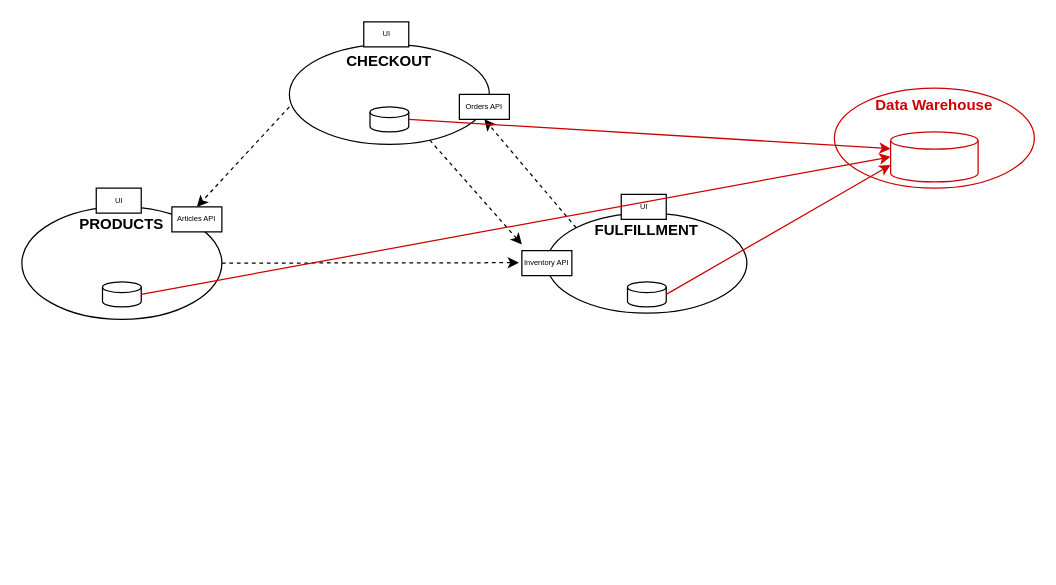
The draw.io diagram landscape.drawio in datamesh-architecture/datamesh-architecture.com, before the edit. Source tidied: cells renumbered, new cells numbered last; positions are measured from the earlier drawing's top-left corner, leaving out a move shared by most shapes. Both pictures are drawn from the tidied source at 125%, with x=0, y=0 at pixel (21, 21).
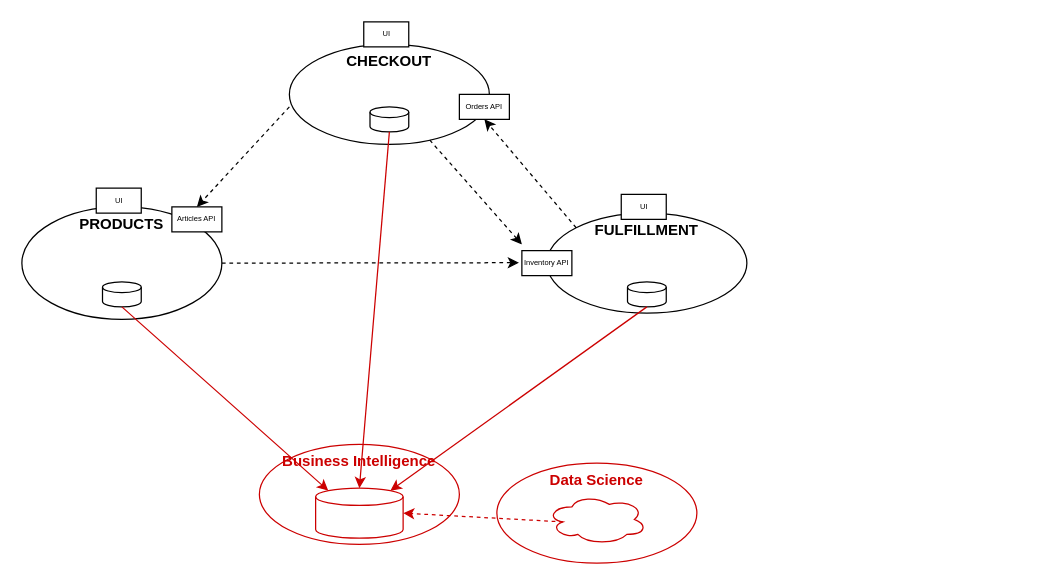
Above is the later version.

The change refers to these unchanged cells:
```xml
<mxCell id="8" style="shape=cylinder3;whiteSpace=wrap;html=1;boundedLbl=1;backgroundOutline=1;size=4.285714285714278;" parent="1" vertex="1">
  <mxGeometry x="278.5" y="68" width="31" height="20" as="geometry" />
</mxCell>
<mxCell id="9" style="shape=cylinder3;whiteSpace=wrap;html=1;boundedLbl=1;backgroundOutline=1;size=4.285714285714278;" parent="1" vertex="1">
  <mxGeometry x="64.5" y="208" width="31" height="20" as="geometry" />
</mxCell>
<mxCell id="10" style="shape=cylinder3;whiteSpace=wrap;html=1;boundedLbl=1;backgroundOutline=1;size=4.285714285714278;" parent="1" vertex="1">
  <mxGeometry x="484.5" y="208" width="31" height="20" as="geometry" />
</mxCell>
```

The edit, as a diff of the source:
```diff
@@
-    <mxCell id="18" value="Data Warehouse" style="ellipse;whiteSpace=wrap;html=1;fontStyle=1;verticalAlign=top;fontColor=#CC0000;strokeColor=#CC0000;" parent="1" vertex="1">
-      <mxGeometry x="650" y="53" width="160" height="80" as="geometry" />
+    <mxCell id="18" value="Business Intelligence" style="ellipse;whiteSpace=wrap;html=1;fontStyle=1;verticalAlign=top;fontColor=#CC0000;strokeColor=#CC0000;" parent="1" vertex="1">
+      <mxGeometry x="190" y="338" width="160" height="80" as="geometry" />
     </mxCell>
     <mxCell id="19" style="shape=cylinder3;whiteSpace=wrap;html=1;boundedLbl=1;backgroundOutline=1;size=6.931034482758662;strokeColor=#CC0000;" parent="1" vertex="1">
-      <mxGeometry x="695" y="88" width="70" height="40" as="geometry" />
+      <mxGeometry x="235" y="373" width="70" height="40" as="geometry" />
     </mxCell>
-    <mxCell id="20" style="endArrow=classic;html=1;rounded=0;fontSize=6;fontColor=#CC0000;entryX=0;entryY=0;entryDx=0;entryDy=13.465517241379331;entryPerimeter=0;exitX=1;exitY=0.5;exitDx=0;exitDy=0;exitPerimeter=0;strokeColor=#CC0000;" parent="1" edge="1" source="8" target="19">
+    <mxCell id="20" style="endArrow=classic;html=1;rounded=0;fontSize=6;fontColor=#CC0000;entryX=0.5;entryY=0;entryDx=0;entryDy=0;entryPerimeter=0;exitX=0.5;exitY=1;exitDx=0;exitDy=0;exitPerimeter=0;strokeColor=#CC0000;" parent="1" edge="1" source="8" target="19">
       <mxGeometry relative="1" as="geometry" />
     </mxCell>
-    <mxCell id="21" style="endArrow=classic;html=1;rounded=0;fontSize=6;fontColor=#CC0000;exitX=1;exitY=0.5;exitDx=0;exitDy=0;exitPerimeter=0;strokeColor=#CC0000;entryX=0;entryY=0.5;entryDx=0;entryDy=0;entryPerimeter=0;" parent="1" edge="1" source="9" target="19">
+    <mxCell id="21" style="endArrow=classic;html=1;rounded=0;fontSize=6;fontColor=#CC0000;exitX=0.5;exitY=1;exitDx=0;exitDy=0;exitPerimeter=0;strokeColor=#CC0000;entryX=0.145;entryY=0;entryDx=0;entryDy=2.0100000000000118;entryPerimeter=0;" parent="1" edge="1" source="9" target="19">
       <mxGeometry relative="1" as="geometry" />
     </mxCell>
-    <mxCell id="22" style="endArrow=classic;html=1;rounded=0;fontSize=6;fontColor=#CC0000;exitX=1;exitY=0.5;exitDx=0;exitDy=0;exitPerimeter=0;strokeColor=#CC0000;entryX=0;entryY=0;entryDx=0;entryDy=26.53448275862067;entryPerimeter=0;" parent="1" edge="1" source="10" target="19">
+    <mxCell id="22" style="endArrow=classic;html=1;rounded=0;fontSize=6;fontColor=#CC0000;exitX=0.5;exitY=1;exitDx=0;exitDy=0;exitPerimeter=0;strokeColor=#CC0000;entryX=0.855;entryY=0;entryDx=0;entryDy=2.0100000000000118;entryPerimeter=0;" parent="1" edge="1" source="10" target="19">
       <mxGeometry relative="1" as="geometry" />
     </mxCell>
+    <mxCell id="23" value="Data Science" style="ellipse;whiteSpace=wrap;html=1;fontStyle=1;verticalAlign=top;fontColor=#CC0000;strokeColor=#CC0000;" parent="1" vertex="1">
+      <mxGeometry x="380" y="353" width="160" height="80" as="geometry" />
+    </mxCell>
+    <mxCell id="24" style="ellipse;shape=cloud;whiteSpace=wrap;html=1;fontSize=6;fontColor=#CC0000;strokeColor=#CC0000;" parent="1" vertex="1">
+      <mxGeometry x="420" y="378" width="80" height="40" as="geometry" />
+    </mxCell>
+    <mxCell id="25" style="endArrow=classic;html=1;rounded=0;fontSize=6;fontColor=#CC0000;exitX=0.16;exitY=0.55;exitDx=0;exitDy=0;exitPerimeter=0;strokeColor=#CC0000;entryX=1;entryY=0.5;entryDx=0;entryDy=0;entryPerimeter=0;dashed=1;" parent="1" edge="1" source="24" target="19">
+      <mxGeometry relative="1" as="geometry" />
+    </mxCell>
```
